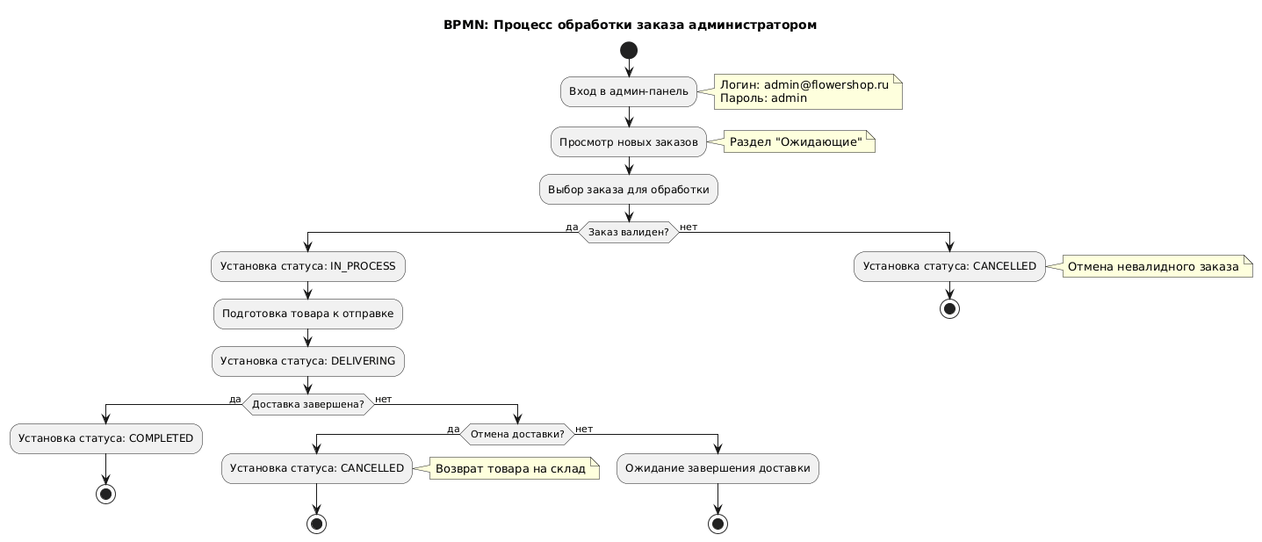
Above: website/schemas/bpmn-order-processing.png in makrelbka/system_engineering (PlantUML), before the change. Its source is kept beside it as website/schemas/bpmn-order-processing.puml.
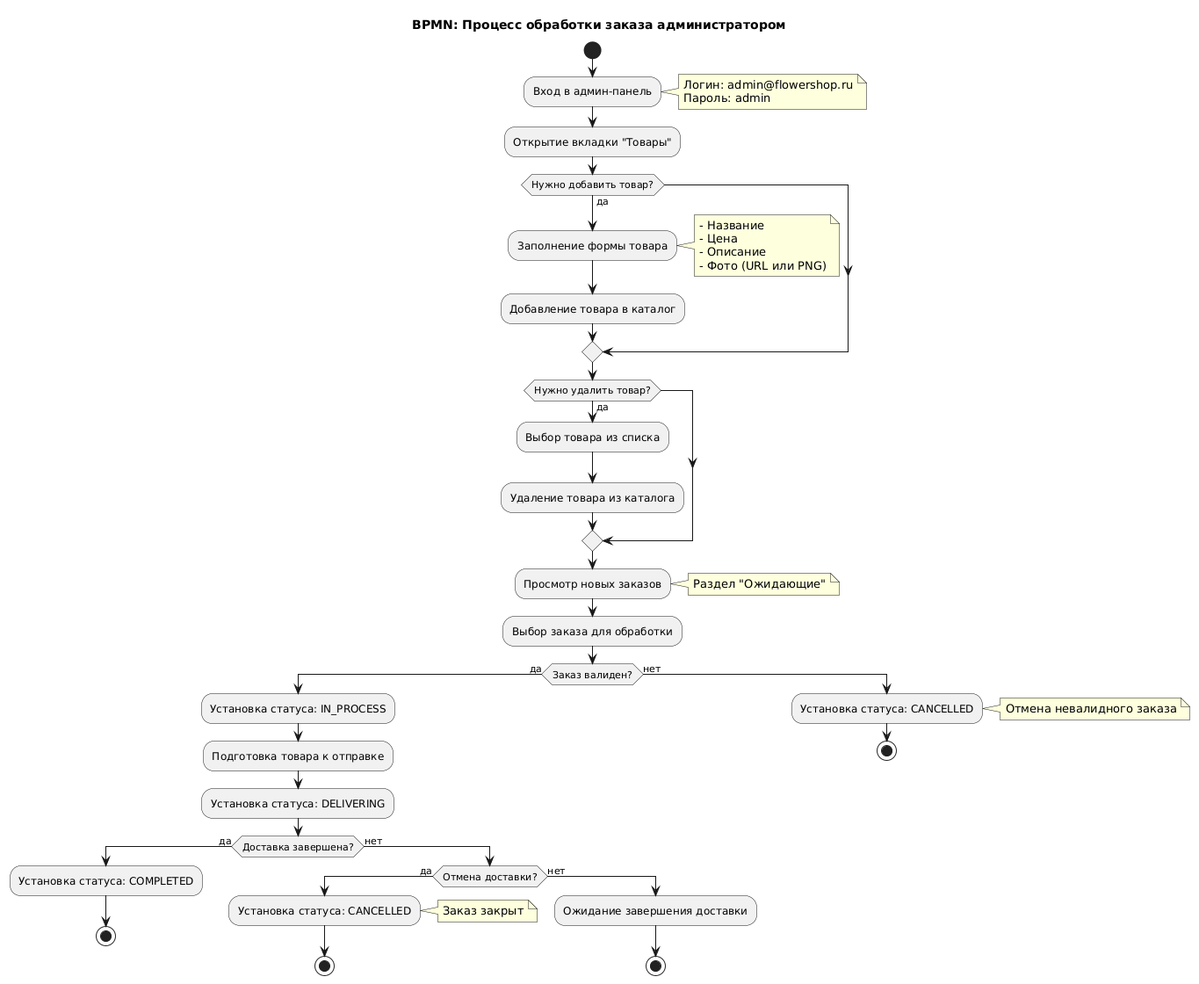
The same diagram one commit later.

Diff of the diagram source:
```diff
@@ -8,6 +8,23 @@
   Логин: admin@flowershop.ru
   Пароль: admin
 end note
+
+:Открытие вкладки "Товары";
+if (Нужно добавить товар?) then (да)
+  :Заполнение формы товара;
+  note right
+    - Название
+    - Цена
+    - Описание
+    - Фото (URL или PNG)
+  end note
+  :Добавление товара в каталог;
+endif
+
+if (Нужно удалить товар?) then (да)
+  :Выбор товара из списка;
+  :Удаление товара из каталога;
+endif
 
 :Просмотр новых заказов;
 note right: Раздел "Ожидающие"
@@ -27,7 +44,7 @@
   else (нет)
     if (Отмена доставки?) then (да)
       :Установка статуса: CANCELLED;
-      note right: Возврат товара на склад
+      note right: Заказ закрыт
       stop
     else (нет)
       :Ожидание завершения доставки;
```
